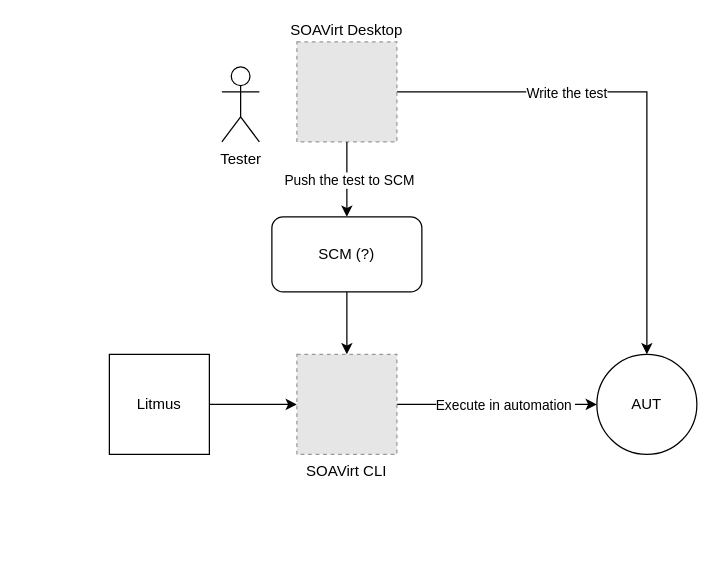
Earlier version of the draw.io diagram page "CLI Workflow" (2 of 2) of soatest-flows.drawio (gtrofimov/draw-io-projects). Source tidied: cells renumbered, new cells numbered last; positions are measured from the earlier drawing's top-left corner, leaving out a move shared by most shapes. Both pictures are drawn from the tidied source at 125%, with x=0, y=0 at pixel (109, 41). Pictures stored in the file or linked from it are replaced by grey dashed boxes.
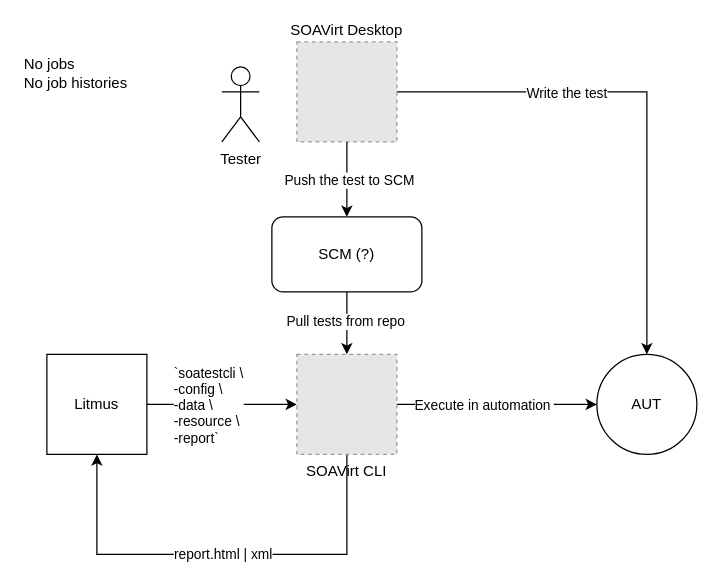
The same page after the edit.

Unchanged cells that the change refers to:
```xml
<mxCell id="7" style="edgeStyle=orthogonalEdgeStyle;rounded=0;jettySize=auto;html=1;entryX=0;entryY=0.5;entryDx=0;entryDy=0;" parent="1" edge="1" source="10" target="6">
  <mxGeometry relative="1" as="geometry" />
</mxCell>
<mxCell id="9" style="edgeStyle=orthogonalEdgeStyle;rounded=0;jettySize=auto;html=1;entryX=0.5;entryY=1;entryDx=0;entryDy=0;startArrow=classic;startFill=1;endArrow=none;endFill=0;" parent="1" edge="1" source="10" target="13">
  <mxGeometry relative="1" as="geometry" />
</mxCell>
<mxCell id="10" value="SOAVirt CLI" style="fillColor=#E6E6E6;strokeColor=#999999;dashed=1;verticalLabelPosition=bottom;verticalAlign=top;" parent="1" vertex="1">
  <mxGeometry x="150" y="250" width="80" height="80" as="geometry" />
</mxCell>
<mxCell id="14" style="edgeStyle=orthogonalEdgeStyle;rounded=0;jettySize=auto;html=1;entryX=0;entryY=0.5;entryDx=0;entryDy=0;" parent="1" edge="1" source="15" target="10">
  <mxGeometry relative="1" as="geometry" />
</mxCell>
```

What changed in the source:
```diff
@@
     <mxCell id="8" value="Execute in automation&amp;nbsp;" style="edgeLabel;html=1;align=center;verticalAlign=middle;" parent="7" vertex="1">
-      <mxGeometry x="0.08" relative="1" as="geometry" />
+      <mxGeometry x="0.08" relative="1" as="geometry">
+        <mxPoint x="-17" as="offset" />
+      </mxGeometry>
     </mxCell>
@@
+    <mxCell id="16" value="Pull tests from repo" style="edgeLabel;html=1;align=center;verticalAlign=middle;" parent="9" vertex="1">
+      <mxGeometry x="0.07" y="2" relative="1" as="geometry" />
+    </mxCell>
+    <mxCell id="17" style="edgeStyle=orthogonalEdgeStyle;rounded=0;jettySize=auto;html=1;entryX=0.5;entryY=1;entryDx=0;entryDy=0;" parent="1" edge="1" source="10" target="15">
+      <mxGeometry relative="1" as="geometry">
+        <Array as="points">
+          <mxPoint x="190" y="410" />
+          <mxPoint x="-10" y="410" />
+        </Array>
+      </mxGeometry>
+    </mxCell>
+    <mxCell id="18" value="report.html | xml" style="edgeLabel;html=1;align=center;verticalAlign=middle;" parent="17" vertex="1">
+      <mxGeometry x="-0.04" y="-1" relative="1" as="geometry">
+        <mxPoint x="-7" as="offset" />
+      </mxGeometry>
+    </mxCell>
@@
+    <mxCell id="19" value="`soatestcli \&lt;div&gt;-config \&lt;/div&gt;&lt;div&gt;-data \&lt;/div&gt;&lt;div&gt;-resource \&lt;/div&gt;&lt;div&gt;-report`&lt;/div&gt;" style="edgeLabel;html=1;align=left;verticalAlign=middle;" parent="14" vertex="1">
+      <mxGeometry x="-0.16" y="-1" relative="1" as="geometry">
+        <mxPoint x="-30" y="-1" as="offset" />
+      </mxGeometry>
+    </mxCell>
     <mxCell id="15" value="Litmus" style="whiteSpace=wrap;html=1;" parent="1" vertex="1">
-      <mxGeometry y="250" width="80" height="80" as="geometry" />
+      <mxGeometry x="-50" y="250" width="80" height="80" as="geometry" />
     </mxCell>
+    <mxCell id="20" value="No jobs&lt;div&gt;No job histories&lt;/div&gt;" style="text;html=1;whiteSpace=wrap;strokeColor=none;fillColor=none;align=left;verticalAlign=middle;rounded=0;" parent="1" vertex="1">
+      <mxGeometry x="-70" y="10" width="110" height="30" as="geometry" />
+    </mxCell>
```
